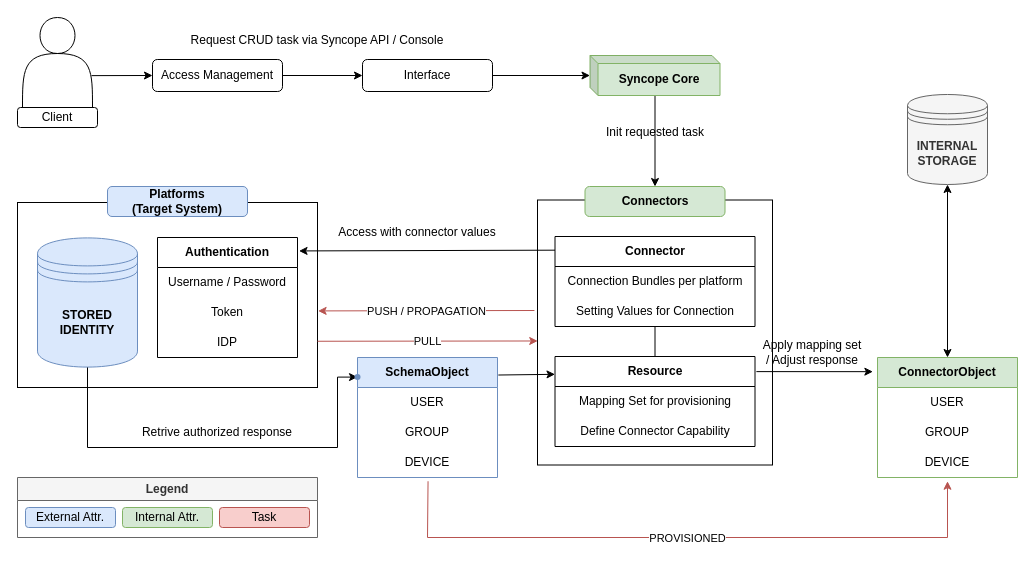
The draw.io diagram Projects/inCompany/syncope_im.drawio in EST-94/workflows_diagram, before the edit. Source tidied: cells renumbered, new cells numbered last; positions are measured from the earlier drawing's top-left corner, leaving out a move shared by most shapes. Both pictures are drawn from the tidied source at 100%, with x=0, y=0 at pixel (17, 17).
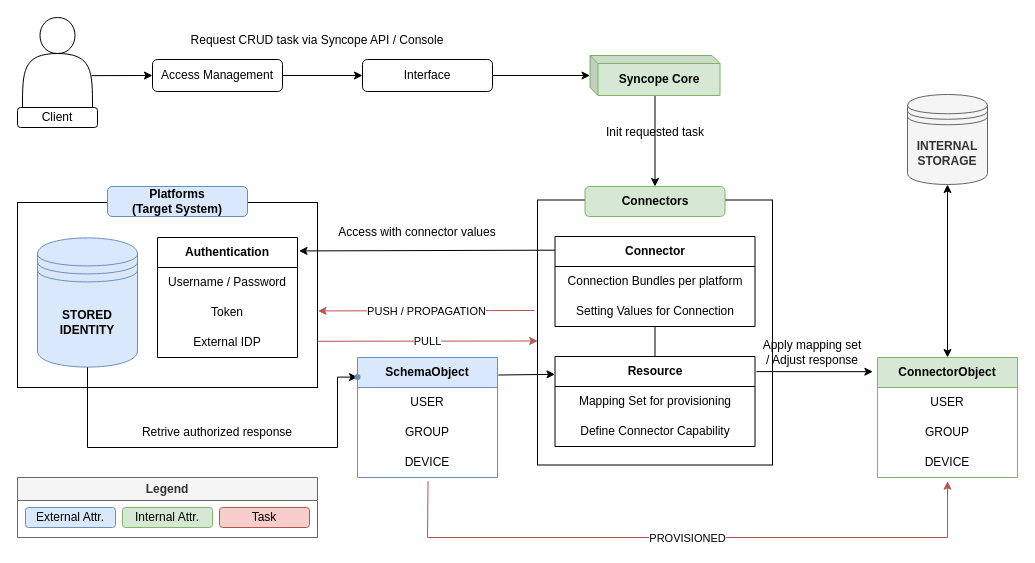
The same page after the edit.

The change refers to these unchanged cells:
```xml
<mxCell id="36" value="&lt;b&gt;Authentication&lt;/b&gt;" style="swimlane;fontStyle=0;horizontal=1;startSize=30;whiteSpace=wrap;html=1;" parent="1" vertex="1">
  <mxGeometry x="140" y="220" width="140" height="120" as="geometry" />
</mxCell>
```

What changed in the source:
```diff
@@
-    <mxCell id="39" value="IDP" style="text;strokeColor=none;fillColor=none;align=center;verticalAlign=middle;spacingLeft=4;spacingRight=4;overflow=hidden;whiteSpace=wrap;html=1;" parent="36" vertex="1">
+    <mxCell id="39" value="External IDP" style="text;strokeColor=none;fillColor=none;align=center;verticalAlign=middle;spacingLeft=4;spacingRight=4;overflow=hidden;whiteSpace=wrap;html=1;" parent="36" vertex="1">
       <mxGeometry y="90" width="140" height="30" as="geometry" />
     </mxCell>
```
